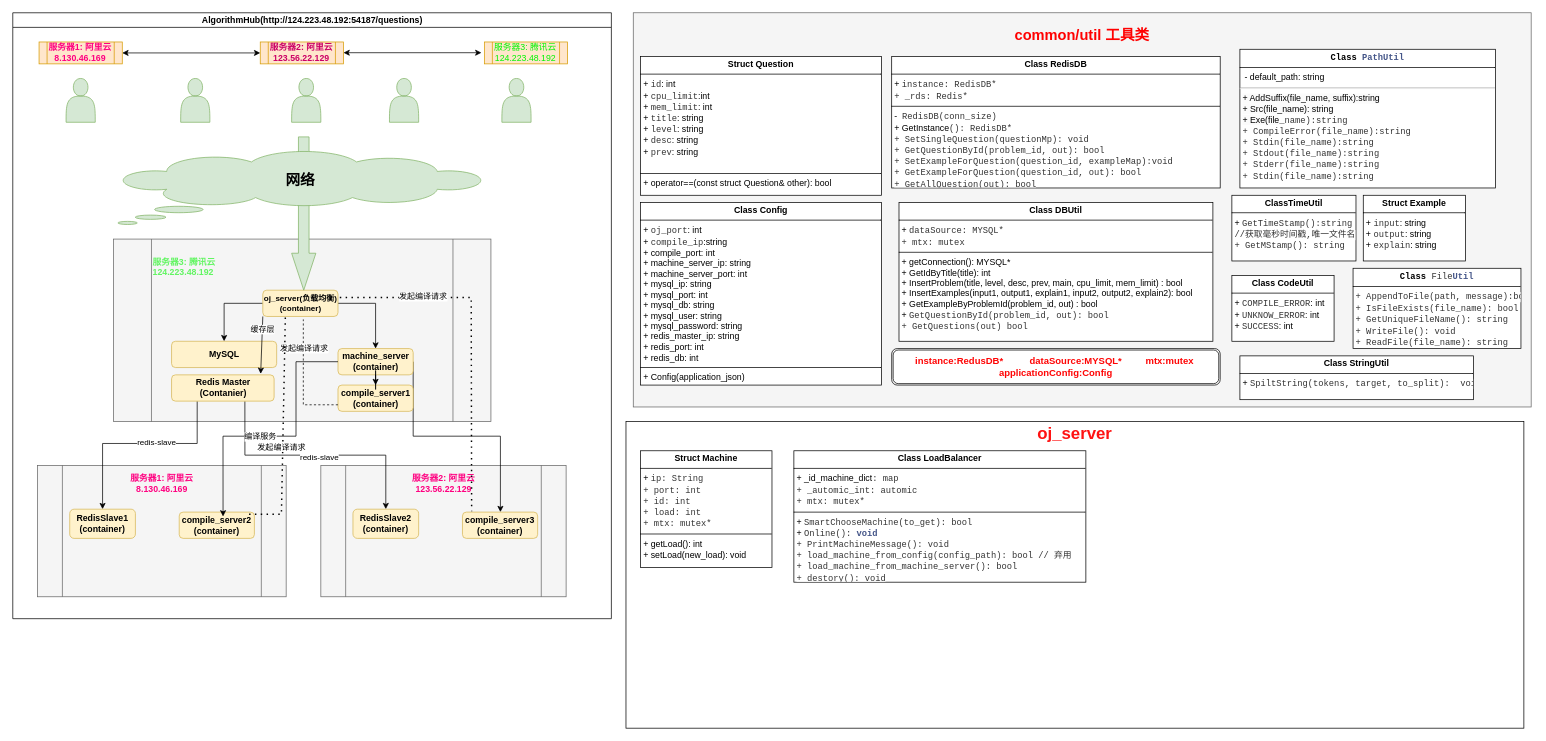
This is 未命名绘图.drawio from chhelloworld/DrawRepository, a draw.io file, before an edit. Source tidied: cells renumbered, new cells numbered last; positions are measured from the earlier drawing's top-left corner, leaving out a move shared by most shapes. Both pictures are drawn from the tidied source at 73%, with x=0, y=0 at pixel (12, 12).
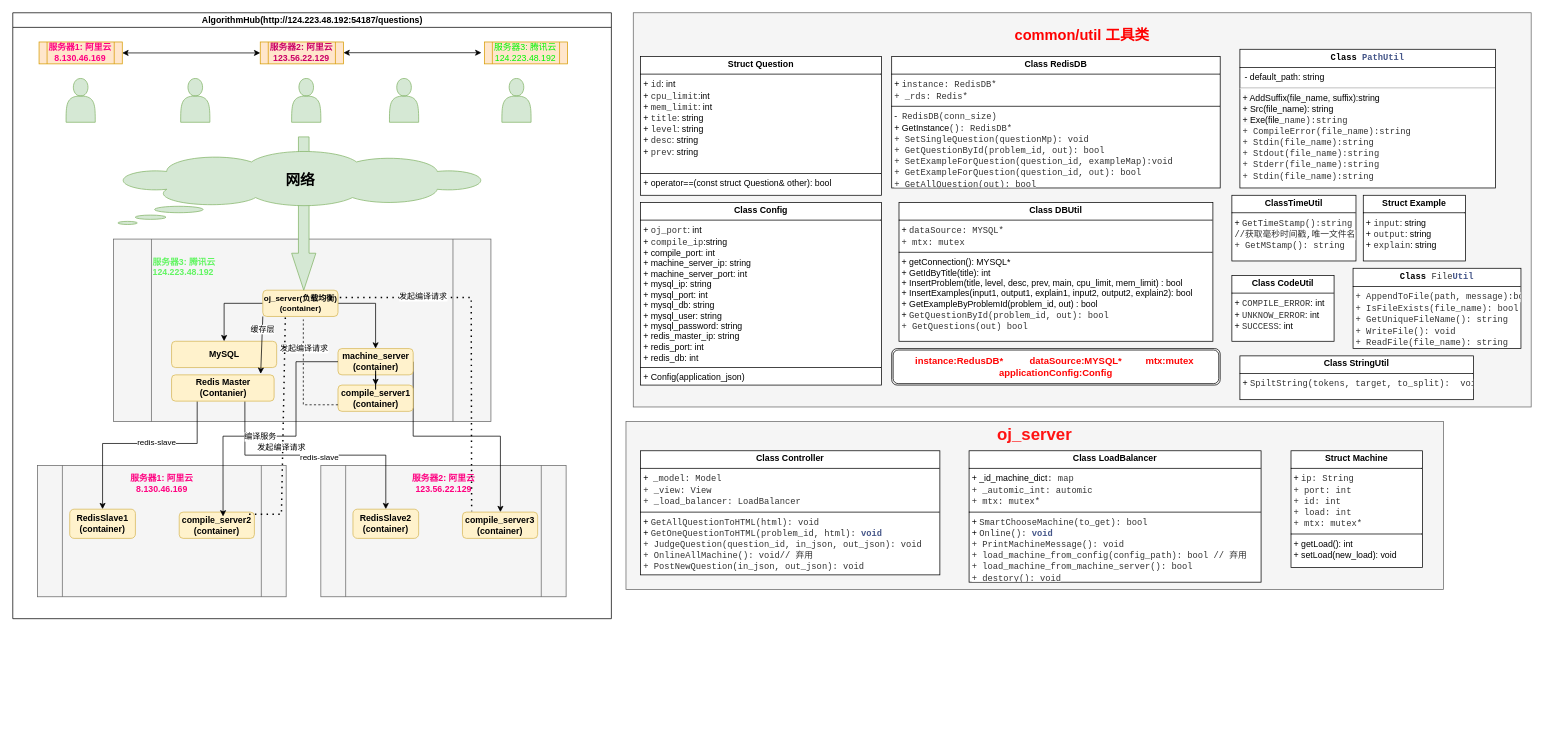
After the change.

Commit message (it also covers changes not shown here):
更新未命名绘图.drawio

What changed in the source:
```diff
@@
-    <mxCell id="57" value="&lt;font style=&quot;font-size: 23px;&quot; color=&quot;#ff1212&quot;&gt;&lt;b&gt;oj_server&lt;br&gt;&lt;br&gt;&lt;br&gt;&lt;br&gt;&lt;br&gt;&lt;br&gt;&lt;br&gt;&lt;br&gt;&lt;br&gt;&lt;br&gt;&lt;br&gt;&lt;br&gt;&lt;br&gt;&lt;br&gt;&lt;br&gt;&lt;/b&gt;&lt;/font&gt;" style="rounded=0;whiteSpace=wrap;html=1;" parent="1" vertex="1">
-      <mxGeometry x="840" y="560" width="1230" height="420" as="geometry" />
+    <mxCell id="57" value="&lt;font style=&quot;font-size: 23px;&quot; color=&quot;#ff1212&quot;&gt;&lt;b&gt;oj_server&lt;br&gt;&lt;br&gt;&lt;br&gt;&lt;br&gt;&lt;br&gt;&lt;br&gt;&lt;br&gt;&lt;br&gt;&lt;/b&gt;&lt;/font&gt;" style="rounded=0;whiteSpace=wrap;html=1;fillColor=#f5f5f5;fontColor=#333333;strokeColor=#666666;" parent="1" vertex="1">
+      <mxGeometry x="840" y="560" width="1120" height="230" as="geometry" />
     </mxCell>
     <mxCell id="58" value="&lt;p style=&quot;margin:0px;margin-top:4px;text-align:center;&quot;&gt;&lt;b&gt;Struct Machine&lt;/b&gt;&lt;/p&gt;&lt;hr size=&quot;1&quot; style=&quot;border-style:solid;&quot;&gt;&lt;p style=&quot;margin:0px;margin-left:4px;&quot;&gt;+ &lt;font face=&quot;consolas, Courier, MS Courier New, monospace&quot; color=&quot;#333333&quot;&gt;&lt;span style=&quot;white-space: pre; background-color: rgb(255, 255, 255);&quot;&gt;ip: String&lt;/span&gt;&lt;/font&gt;&lt;/p&gt;&lt;p style=&quot;margin:0px;margin-left:4px;&quot;&gt;&lt;font face=&quot;consolas, Courier, MS Courier New, monospace&quot; color=&quot;#333333&quot;&gt;&lt;span style=&quot;white-space: pre; background-color: rgb(255, 255, 255);&quot;&gt;+ port: int&lt;/span&gt;&lt;/font&gt;&lt;/p&gt;&lt;p style=&quot;margin:0px;margin-left:4px;&quot;&gt;&lt;font face=&quot;consolas, Courier, MS Courier New, monospace&quot; color=&quot;#333333&quot;&gt;&lt;span style=&quot;white-space: pre; background-color: rgb(255, 255, 255);&quot;&gt;+ id: int&lt;/span&gt;&lt;/font&gt;&lt;/p&gt;&lt;p style=&quot;margin:0px;margin-left:4px;&quot;&gt;&lt;font face=&quot;consolas, Courier, MS Courier New, monospace&quot; color=&quot;#333333&quot;&gt;&lt;span style=&quot;white-space: pre; background-color: rgb(255, 255, 255);&quot;&gt;+ load: int&lt;/span&gt;&lt;/font&gt;&lt;/p&gt;&lt;p style=&quot;margin:0px;margin-left:4px;&quot;&gt;&lt;font face=&quot;consolas, Courier, MS Courier New, monospace&quot; color=&quot;#333333&quot;&gt;&lt;span style=&quot;white-space: pre; background-color: rgb(255, 255, 255);&quot;&gt;+ mtx: mutex*&lt;/span&gt;&lt;/font&gt;&lt;/p&gt;&lt;hr size=&quot;1&quot; style=&quot;border-style:solid;&quot;&gt;&lt;p style=&quot;margin:0px;margin-left:4px;&quot;&gt;+ getLoad(): int&lt;/p&gt;&lt;p style=&quot;margin:0px;margin-left:4px;&quot;&gt;+ setLoad(new_load): void&lt;/p&gt;&lt;p style=&quot;margin:0px;margin-left:4px;&quot;&gt;&lt;span style=&quot;background-color: rgb(255, 255, 255); color: rgb(51, 51, 51); font-family: consolas, Courier, &amp;quot;MS Courier New&amp;quot;, monospace; white-space: pre;&quot;&gt;&lt;br&gt;&lt;/span&gt;&lt;/p&gt;&lt;p style=&quot;margin:0px;margin-left:4px;&quot;&gt;&lt;span style=&quot;background-color: rgb(255, 255, 255); color: rgb(51, 51, 51); font-family: consolas, Courier, &amp;quot;MS Courier New&amp;quot;, monospace; white-space: pre;&quot;&gt;&lt;br&gt;&lt;/span&gt;&lt;/p&gt;&lt;p style=&quot;margin:0px;margin-left:4px;&quot;&gt;&lt;br&gt;&lt;/p&gt;" style="verticalAlign=top;align=left;overflow=fill;html=1;whiteSpace=wrap;" parent="1" vertex="1">
-      <mxGeometry x="860" y="600" width="180" height="160" as="geometry" />
+      <mxGeometry x="1751" y="600" width="180" height="160" as="geometry" />
     </mxCell>
     <mxCell id="59" value="&lt;p style=&quot;margin:0px;margin-top:4px;text-align:center;&quot;&gt;&lt;b&gt;Class LoadBalancer&lt;/b&gt;&lt;/p&gt;&lt;hr size=&quot;1&quot; style=&quot;border-style:solid;&quot;&gt;&lt;p style=&quot;margin:0px;margin-left:4px;&quot;&gt;+ _id_machine_dict&lt;font face=&quot;consolas, Courier, MS Courier New, monospace&quot; color=&quot;#333333&quot;&gt;&lt;span style=&quot;white-space: pre; background-color: rgb(255, 255, 255);&quot;&gt;: map&lt;/span&gt;&lt;/font&gt;&lt;/p&gt;&lt;p style=&quot;margin:0px;margin-left:4px;&quot;&gt;&lt;font face=&quot;consolas, Courier, MS Courier New, monospace&quot; color=&quot;#333333&quot;&gt;&lt;span style=&quot;white-space: pre; background-color: rgb(255, 255, 255);&quot;&gt;+ _automic_int: automic&lt;/span&gt;&lt;/font&gt;&lt;/p&gt;&lt;p style=&quot;margin:0px;margin-left:4px;&quot;&gt;&lt;font face=&quot;consolas, Courier, MS Courier New, monospace&quot; color=&quot;#333333&quot;&gt;&lt;span style=&quot;white-space: pre; background-color: rgb(255, 255, 255);&quot;&gt;+ mtx: mutex&lt;/span&gt;&lt;/font&gt;&lt;span style=&quot;background-color: rgb(255, 255, 255); white-space: pre; color: rgb(51, 51, 51); font-family: consolas, Courier, &amp;quot;MS Courier New&amp;quot;, monospace;&quot;&gt;*&lt;/span&gt;&lt;/p&gt;&lt;hr size=&quot;1&quot; style=&quot;border-style:solid;&quot;&gt;&lt;p style=&quot;margin:0px;margin-left:4px;&quot;&gt;+&amp;nbsp;&lt;span style=&quot;background-color: rgb(255, 255, 255); color: rgb(51, 51, 51); font-family: consolas, Courier, &amp;quot;MS Courier New&amp;quot;, monospace; white-space: pre;&quot;&gt;SmartChooseMachine(&lt;/span&gt;&lt;span style=&quot;background-color: rgb(255, 255, 255); color: rgb(51, 51, 51); font-family: consolas, Courier, &amp;quot;MS Courier New&amp;quot;, monospace; white-space: pre;&quot;&gt;to_get&lt;/span&gt;&lt;span style=&quot;background-color: rgb(255, 255, 255); color: rgb(51, 51, 51); font-family: consolas, Courier, &amp;quot;MS Courier New&amp;quot;, monospace; white-space: pre;&quot;&gt;): bool&lt;/span&gt;&lt;/p&gt;&lt;p style=&quot;margin:0px;margin-left:4px;&quot;&gt;+&amp;nbsp;&lt;span style=&quot;box-sizing: inherit; color: rgb(51, 51, 51); font-family: consolas, Courier, &amp;quot;MS Courier New&amp;quot;, monospace; white-space: pre; background-color: rgb(255, 255, 255);&quot; class=&quot;n&quot;&gt;Online&lt;/span&gt;&lt;span style=&quot;box-sizing: inherit; color: rgb(51, 51, 51); font-family: consolas, Courier, &amp;quot;MS Courier New&amp;quot;, monospace; white-space: pre; background-color: rgb(255, 255, 255);&quot; class=&quot;p&quot;&gt;(): &lt;/span&gt;&lt;span style=&quot;box-sizing: inherit; color: rgb(68, 85, 136); font-weight: bold; font-family: consolas, Courier, &amp;quot;MS Courier New&amp;quot;, monospace; white-space: pre; background-color: rgb(255, 255, 255);&quot; class=&quot;kt&quot;&gt;void&lt;/span&gt;&lt;span style=&quot;color: rgb(51, 51, 51); font-family: consolas, Courier, &amp;quot;MS Courier New&amp;quot;, monospace; white-space: pre; background-color: rgb(255, 255, 255);&quot;&gt; &lt;/span&gt;&lt;/p&gt;&lt;p style=&quot;margin:0px;margin-left:4px;&quot;&gt;&lt;span style=&quot;color: rgb(51, 51, 51); font-family: consolas, Courier, &amp;quot;MS Courier New&amp;quot;, monospace; white-space: pre; background-color: rgb(255, 255, 255);&quot;&gt;+ &lt;/span&gt;&lt;span style=&quot;box-sizing: inherit; color: rgb(51, 51, 51); font-family: consolas, Courier, &amp;quot;MS Courier New&amp;quot;, monospace; white-space: pre; background-color: rgb(255, 255, 255);&quot; class=&quot;n&quot;&gt;PrintMachineMessage&lt;/span&gt;&lt;span style=&quot;box-sizing: inherit; color: rgb(51, 51, 51); font-family: consolas, Courier, &amp;quot;MS Courier New&amp;quot;, monospace; white-space: pre; background-color: rgb(255, 255, 255);&quot; class=&quot;p&quot;&gt;(): void&lt;/span&gt;&lt;/p&gt;&lt;p style=&quot;margin:0px;margin-left:4px;&quot;&gt;&lt;span style=&quot;box-sizing: inherit; color: rgb(51, 51, 51); font-family: consolas, Courier, &amp;quot;MS Courier New&amp;quot;, monospace; white-space: pre; background-color: rgb(255, 255, 255);&quot; class=&quot;p&quot;&gt;+ &lt;/span&gt;&lt;span style=&quot;background-color: rgb(255, 255, 255); color: rgb(51, 51, 51); font-family: consolas, Courier, &amp;quot;MS Courier New&amp;quot;, monospace; white-space: pre;&quot;&gt;load_machine_from_config(config_path): bool // 弃用&lt;/span&gt;&lt;/p&gt;&lt;p style=&quot;margin:0px;margin-left:4px;&quot;&gt;&lt;span style=&quot;background-color: rgb(255, 255, 255); color: rgb(51, 51, 51); font-family: consolas, Courier, &amp;quot;MS Courier New&amp;quot;, monospace; white-space: pre;&quot;&gt;+ &lt;/span&gt;&lt;span style=&quot;box-sizing: inherit; color: rgb(51, 51, 51); font-family: consolas, Courier, &amp;quot;MS Courier New&amp;quot;, monospace; white-space: pre; background-color: rgb(255, 255, 255);&quot; class=&quot;n&quot;&gt;load_machine_from_machine_server&lt;/span&gt;&lt;span style=&quot;box-sizing: inherit; color: rgb(51, 51, 51); font-family: consolas, Courier, &amp;quot;MS Courier New&amp;quot;, monospace; white-space: pre; background-color: rgb(255, 255, 255);&quot; class=&quot;p&quot;&gt;(): bool&lt;/span&gt;&lt;/p&gt;&lt;p style=&quot;margin:0px;margin-left:4px;&quot;&gt;&lt;span style=&quot;box-sizing: inherit; color: rgb(51, 51, 51); font-family: consolas, Courier, &amp;quot;MS Courier New&amp;quot;, monospace; white-space: pre; background-color: rgb(255, 255, 255);&quot; class=&quot;p&quot;&gt;+ destory(): void&lt;/span&gt;&lt;/p&gt;" style="verticalAlign=top;align=left;overflow=fill;html=1;whiteSpace=wrap;" parent="1" vertex="1">
-      <mxGeometry x="1070" y="600" width="400" height="180" as="geometry" />
+      <mxGeometry x="1310" y="600" width="400" height="180" as="geometry" />
     </mxCell>
+    <mxCell id="60" value="&lt;p style=&quot;margin:0px;margin-top:4px;text-align:center;&quot;&gt;&lt;b&gt;Class Controller&lt;/b&gt;&lt;/p&gt;&lt;hr size=&quot;1&quot; style=&quot;border-style:solid;&quot;&gt;&lt;p style=&quot;margin:0px;margin-left:4px;&quot;&gt;+&amp;nbsp;&amp;nbsp;&lt;span style=&quot;background-color: rgb(255, 255, 255); color: rgb(51, 51, 51); font-family: consolas, Courier, &amp;quot;MS Courier New&amp;quot;, monospace; white-space: pre;&quot;&gt;_model: &lt;/span&gt;&lt;span style=&quot;box-sizing: inherit; color: rgb(51, 51, 51); font-family: consolas, Courier, &amp;quot;MS Courier New&amp;quot;, monospace; white-space: pre; background-color: rgb(255, 255, 255);&quot; class=&quot;n&quot;&gt;Model&lt;/span&gt;&lt;span style=&quot;color: rgb(51, 51, 51); font-family: consolas, Courier, &amp;quot;MS Courier New&amp;quot;, monospace; white-space: pre; background-color: rgb(255, 255, 255);&quot;&gt; &lt;/span&gt;&lt;/p&gt;&lt;p style=&quot;margin:0px;margin-left:4px;&quot;&gt;&lt;font face=&quot;consolas, Courier, MS Courier New, monospace&quot; color=&quot;#333333&quot;&gt;&lt;span style=&quot;white-space: pre; background-color: rgb(255, 255, 255);&quot;&gt;+ &lt;/span&gt;&lt;/font&gt;&lt;span style=&quot;color: rgb(51, 51, 51); font-family: consolas, Courier, &amp;quot;MS Courier New&amp;quot;, monospace; white-space: pre; background-color: rgb(255, 255, 255);&quot;&gt;_view&lt;/span&gt;&lt;font face=&quot;consolas, Courier, MS Courier New, monospace&quot; color=&quot;#333333&quot;&gt;&lt;span style=&quot;white-space: pre; background-color: rgb(255, 255, 255);&quot;&gt;: &lt;/span&gt;&lt;/font&gt;&lt;span style=&quot;box-sizing: inherit; color: rgb(51, 51, 51); font-family: consolas, Courier, &amp;quot;MS Courier New&amp;quot;, monospace; white-space: pre; background-color: rgb(255, 255, 255);&quot; class=&quot;n&quot;&gt;View&lt;/span&gt;&lt;span style=&quot;color: rgb(51, 51, 51); font-family: consolas, Courier, &amp;quot;MS Courier New&amp;quot;, monospace; white-space: pre; background-color: rgb(255, 255, 255);&quot;&gt; &lt;/span&gt;&lt;/p&gt;&lt;p style=&quot;margin:0px;margin-left:4px;&quot;&gt;&lt;font face=&quot;consolas, Courier, MS Courier New, monospace&quot; color=&quot;#333333&quot;&gt;&lt;span style=&quot;white-space: pre; background-color: rgb(255, 255, 255);&quot;&gt;+ &lt;/span&gt;&lt;/font&gt;&lt;span style=&quot;color: rgb(51, 51, 51); font-family: consolas, Courier, &amp;quot;MS Courier New&amp;quot;, monospace; white-space: pre; background-color: rgb(255, 255, 255);&quot;&gt;_load_balancer&lt;/span&gt;&lt;font face=&quot;consolas, Courier, MS Courier New, monospace&quot; color=&quot;#333333&quot;&gt;&lt;span style=&quot;white-space: pre; background-color: rgb(255, 255, 255);&quot;&gt;: &lt;/span&gt;&lt;/font&gt;&lt;span style=&quot;box-sizing: inherit; color: rgb(51, 51, 51); font-family: consolas, Courier, &amp;quot;MS Courier New&amp;quot;, monospace; white-space: pre; background-color: rgb(255, 255, 255);&quot; class=&quot;n&quot;&gt;LoadBalancer&lt;/span&gt;&lt;span style=&quot;color: rgb(51, 51, 51); font-family: consolas, Courier, &amp;quot;MS Courier New&amp;quot;, monospace; white-space: pre; background-color: rgb(255, 255, 255);&quot;&gt; &lt;/span&gt;&lt;/p&gt;&lt;hr size=&quot;1&quot; style=&quot;border-style:solid;&quot;&gt;&lt;p style=&quot;margin:0px;margin-left:4px;&quot;&gt;+&amp;nbsp;&lt;span style=&quot;color: rgb(51, 51, 51); font-family: consolas, Courier, &amp;quot;MS Courier New&amp;quot;, monospace; white-space: pre; background-color: rgb(255, 255, 255);&quot;&gt;GetAllQuestionToHTML&lt;/span&gt;&lt;span style=&quot;background-color: rgb(255, 255, 255); color: rgb(51, 51, 51); font-family: consolas, Courier, &amp;quot;MS Courier New&amp;quot;, monospace; white-space: pre;&quot;&gt;(&lt;/span&gt;&lt;span style=&quot;background-color: rgb(255, 255, 255); color: rgb(51, 51, 51); font-family: consolas, Courier, &amp;quot;MS Courier New&amp;quot;, monospace; white-space: pre;&quot;&gt;html&lt;/span&gt;&lt;span style=&quot;background-color: rgb(255, 255, 255); color: rgb(51, 51, 51); font-family: consolas, Courier, &amp;quot;MS Courier New&amp;quot;, monospace; white-space: pre;&quot;&gt;): void&lt;/span&gt;&lt;/p&gt;&lt;p style=&quot;margin:0px;margin-left:4px;&quot;&gt;+&amp;nbsp;&lt;span style=&quot;box-sizing: inherit; color: rgb(51, 51, 51); font-family: consolas, Courier, &amp;quot;MS Courier New&amp;quot;, monospace; white-space: pre; background-color: rgb(255, 255, 255);&quot; class=&quot;p&quot;&gt;GetOneQuestionToHTML(problem_id, html): &lt;/span&gt;&lt;span style=&quot;box-sizing: inherit; color: rgb(68, 85, 136); font-weight: bold; font-family: consolas, Courier, &amp;quot;MS Courier New&amp;quot;, monospace; white-space: pre; background-color: rgb(255, 255, 255);&quot; class=&quot;kt&quot;&gt;void&lt;/span&gt;&lt;span style=&quot;color: rgb(51, 51, 51); font-family: consolas, Courier, &amp;quot;MS Courier New&amp;quot;, monospace; white-space: pre; background-color: rgb(255, 255, 255);&quot;&gt; &lt;/span&gt;&lt;/p&gt;&lt;p style=&quot;margin:0px;margin-left:4px;&quot;&gt;&lt;span style=&quot;color: rgb(51, 51, 51); font-family: consolas, Courier, &amp;quot;MS Courier New&amp;quot;, monospace; white-space: pre; background-color: rgb(255, 255, 255);&quot;&gt;+ &lt;/span&gt;&lt;span style=&quot;color: rgb(51, 51, 51); font-family: consolas, Courier, &amp;quot;MS Courier New&amp;quot;, monospace; white-space: pre; background-color: rgb(255, 255, 255);&quot;&gt;JudgeQuestion&lt;/span&gt;&lt;span style=&quot;box-sizing: inherit; color: rgb(51, 51, 51); font-family: consolas, Courier, &amp;quot;MS Courier New&amp;quot;, monospace; white-space: pre; background-color: rgb(255, 255, 255);&quot; class=&quot;p&quot;&gt;(question_id, in_json, out_json): void&lt;/span&gt;&lt;/p&gt;&lt;p style=&quot;margin:0px;margin-left:4px;&quot;&gt;&lt;span style=&quot;box-sizing: inherit; color: rgb(51, 51, 51); font-family: consolas, Courier, &amp;quot;MS Courier New&amp;quot;, monospace; white-space: pre; background-color: rgb(255, 255, 255);&quot; class=&quot;p&quot;&gt;+ &lt;/span&gt;&lt;span style=&quot;color: rgb(51, 51, 51); font-family: consolas, Courier, &amp;quot;MS Courier New&amp;quot;, monospace; white-space: pre; background-color: rgb(255, 255, 255);&quot;&gt;OnlineAllMachine&lt;/span&gt;&lt;span style=&quot;background-color: rgb(255, 255, 255); color: rgb(51, 51, 51); font-family: consolas, Courier, &amp;quot;MS Courier New&amp;quot;, monospace; white-space: pre;&quot;&gt;(): void// 弃用&lt;/span&gt;&lt;/p&gt;&lt;p style=&quot;margin:0px;margin-left:4px;&quot;&gt;&lt;span style=&quot;background-color: rgb(255, 255, 255); color: rgb(51, 51, 51); font-family: consolas, Courier, &amp;quot;MS Courier New&amp;quot;, monospace; white-space: pre;&quot;&gt;+ &lt;/span&gt;&lt;span style=&quot;color: rgb(51, 51, 51); font-family: consolas, Courier, &amp;quot;MS Courier New&amp;quot;, monospace; white-space: pre; background-color: rgb(255, 255, 255);&quot;&gt;PostNewQuestion&lt;/span&gt;&lt;span style=&quot;box-sizing: inherit; color: rgb(51, 51, 51); font-family: consolas, Courier, &amp;quot;MS Courier New&amp;quot;, monospace; white-space: pre; background-color: rgb(255, 255, 255);&quot; class=&quot;p&quot;&gt;(&lt;/span&gt;&lt;span style=&quot;background-color: rgb(255, 255, 255); color: rgb(51, 51, 51); font-family: consolas, Courier, &amp;quot;MS Courier New&amp;quot;, monospace; white-space: pre;&quot;&gt;in_json, out_json&lt;/span&gt;&lt;span style=&quot;background-color: rgb(255, 255, 255); color: rgb(51, 51, 51); font-family: consolas, Courier, &amp;quot;MS Courier New&amp;quot;, monospace; white-space: pre;&quot;&gt;): &lt;/span&gt;&lt;span style=&quot;background-color: rgb(255, 255, 255); color: rgb(51, 51, 51); font-family: consolas, Courier, &amp;quot;MS Courier New&amp;quot;, monospace; white-space: pre;&quot;&gt;void&lt;/span&gt;&lt;/p&gt;" style="verticalAlign=top;align=left;overflow=fill;html=1;whiteSpace=wrap;" parent="1" vertex="1">
+      <mxGeometry x="860" y="600" width="410" height="170" as="geometry" />
+    </mxCell>
```
